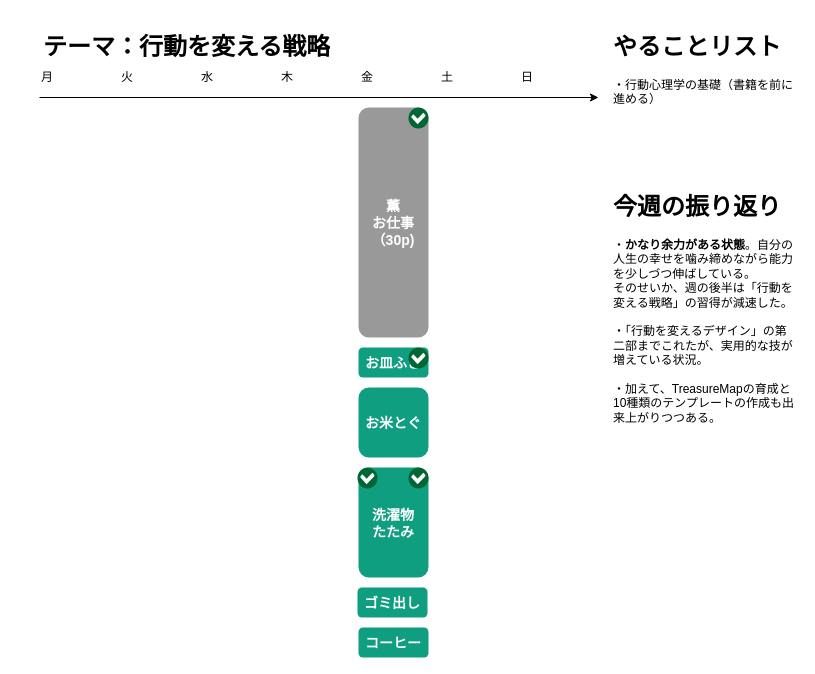
Earlier version of the draw.io diagram pare101.drawio (minegishirei/draw_v1). Source tidied: cells renumbered, new cells numbered last; positions are measured from the earlier drawing's top-left corner, leaving out a move shared by most shapes. Both pictures are drawn from the tidied source at 100%, with x=0, y=0 at pixel (17, 27).
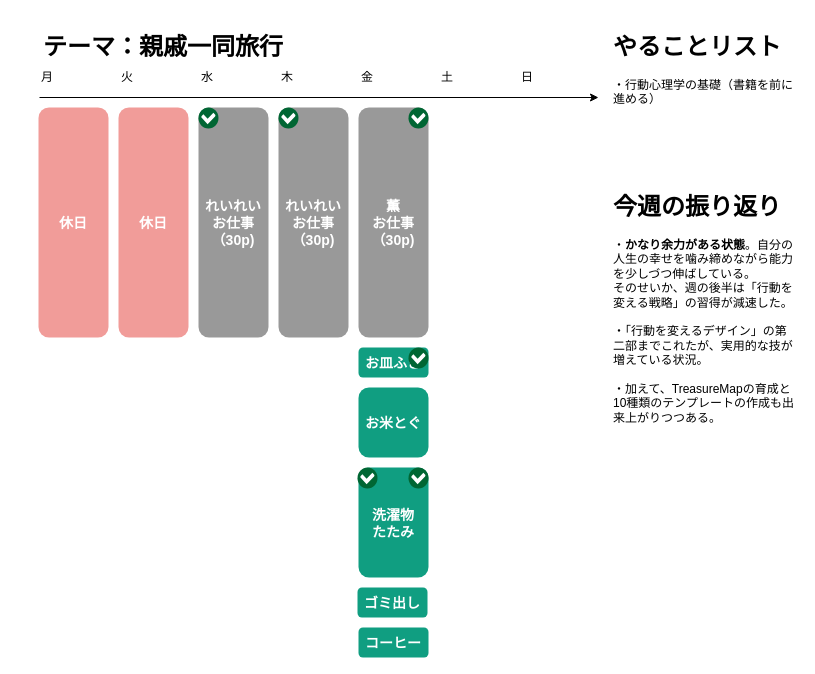
After the change.

Commit message (it also covers changes not shown here):
pare101.drawio を更新します

The edit, as a diff of the source:
```diff
@@
-    <mxCell id="9" value="&lt;h1&gt;テーマ：行動を変える戦略&lt;/h1&gt;" style="text;html=1;strokeColor=none;fillColor=none;spacing=5;spacingTop=-20;whiteSpace=wrap;overflow=hidden;rounded=0;shadow=0;" parent="1" vertex="1">
+    <mxCell id="9" value="&lt;h1&gt;テーマ：親戚一同旅行&lt;/h1&gt;" style="text;html=1;strokeColor=none;fillColor=none;spacing=5;spacingTop=-20;whiteSpace=wrap;overflow=hidden;rounded=0;shadow=0;" parent="1" vertex="1">
       <mxGeometry x="21" width="480" height="40" as="geometry" />
     </mxCell>
@@
+    <mxCell id="23" value="休日" style="rounded=1;fillColor=#F19C99;strokeColor=none;shadow=0;gradientColor=none;fontStyle=1;fontColor=#FFFFFF;fontSize=14;" parent="1" vertex="1">
+      <mxGeometry x="21" y="80" width="70" height="230" as="geometry" />
+    </mxCell>
+    <mxCell id="24" value="休日" style="rounded=1;fillColor=#F19C99;strokeColor=none;shadow=0;gradientColor=none;fontStyle=1;fontColor=#FFFFFF;fontSize=14;" parent="1" vertex="1">
+      <mxGeometry x="101" y="80" width="70" height="230" as="geometry" />
+    </mxCell>
+    <mxCell id="25" value="れいれい&#10;お仕事&#10;（30p)" style="rounded=1;fillColor=#999999;strokeColor=none;shadow=0;gradientColor=none;fontStyle=1;fontColor=#FFFFFF;fontSize=14;" parent="1" vertex="1">
+      <mxGeometry x="181" y="80" width="70" height="230" as="geometry" />
+    </mxCell>
+    <mxCell id="26" value="れいれい&#10;お仕事&#10;（30p)" style="rounded=1;fillColor=#999999;strokeColor=none;shadow=0;gradientColor=none;fontStyle=1;fontColor=#FFFFFF;fontSize=14;" parent="1" vertex="1">
+      <mxGeometry x="261" y="80" width="70" height="230" as="geometry" />
+    </mxCell>
+    <mxCell id="27" style="shadow=0;dashed=0;html=1;strokeColor=none;fillColor=#006633;labelPosition=center;verticalLabelPosition=bottom;verticalAlign=top;align=center;shape=mxgraph.veeam.checked;" parent="1" vertex="1">
+      <mxGeometry x="181" y="80" width="20" height="21" as="geometry" />
+    </mxCell>
+    <mxCell id="28" style="shadow=0;dashed=0;html=1;strokeColor=none;fillColor=#006633;labelPosition=center;verticalLabelPosition=bottom;verticalAlign=top;align=center;shape=mxgraph.veeam.checked;" parent="1" vertex="1">
+      <mxGeometry x="261" y="80" width="20" height="21" as="geometry" />
+    </mxCell>
```
